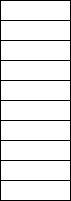
Above: cache1.png in zhaole0606/pic (draw.io), before the change. Source tidied: cells renumbered, new cells last; positions are measured from the earlier drawing's top-left corner, leaving out a move shared by most shapes.
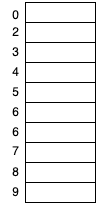
After the change.

Diff of the diagram source:
```diff
@@ -32,5 +32,35 @@
     <mxCell id="11" style="rounded=0;whiteSpace=wrap;html=1;" parent="1" vertex="1">
       <mxGeometry y="180" width="70" height="20" as="geometry" />
     </mxCell>
+    <mxCell id="12" value="0" style="text;html=1;align=center;verticalAlign=middle;strokeColor=none;fillColor=none;" parent="1" vertex="1">
+      <mxGeometry x="-25" y="-2" width="30" height="30" as="geometry" />
+    </mxCell>
+    <mxCell id="13" value="2" style="text;html=1;align=center;verticalAlign=middle;strokeColor=none;fillColor=none;" parent="1" vertex="1">
+      <mxGeometry x="-25" y="15" width="30" height="30" as="geometry" />
+    </mxCell>
+    <mxCell id="14" value="3" style="text;html=1;align=center;verticalAlign=middle;strokeColor=none;fillColor=none;" parent="1" vertex="1">
+      <mxGeometry x="-25" y="35" width="30" height="30" as="geometry" />
+    </mxCell>
+    <mxCell id="15" value="4" style="text;html=1;align=center;verticalAlign=middle;strokeColor=none;fillColor=none;" parent="1" vertex="1">
+      <mxGeometry x="-25" y="55" width="30" height="30" as="geometry" />
+    </mxCell>
+    <mxCell id="16" value="5" style="text;html=1;align=center;verticalAlign=middle;strokeColor=none;fillColor=none;" parent="1" vertex="1">
+      <mxGeometry x="-25" y="75" width="30" height="30" as="geometry" />
+    </mxCell>
+    <mxCell id="17" value="6" style="text;html=1;align=center;verticalAlign=middle;strokeColor=none;fillColor=none;" parent="1" vertex="1">
+      <mxGeometry x="-25" y="95" width="30" height="30" as="geometry" />
+    </mxCell>
+    <mxCell id="18" value="6" style="text;html=1;align=center;verticalAlign=middle;strokeColor=none;fillColor=none;" parent="1" vertex="1">
+      <mxGeometry x="-25" y="115" width="30" height="30" as="geometry" />
+    </mxCell>
+    <mxCell id="19" value="7" style="text;html=1;align=center;verticalAlign=middle;strokeColor=none;fillColor=none;" parent="1" vertex="1">
+      <mxGeometry x="-25" y="134" width="30" height="30" as="geometry" />
+    </mxCell>
+    <mxCell id="20" value="9" style="text;html=1;align=center;verticalAlign=middle;strokeColor=none;fillColor=none;" parent="1" vertex="1">
+      <mxGeometry x="-25" y="175" width="30" height="30" as="geometry" />
+    </mxCell>
+    <mxCell id="21" value="8" style="text;html=1;align=center;verticalAlign=middle;strokeColor=none;fillColor=none;" parent="1" vertex="1">
+      <mxGeometry x="-25" y="155" width="30" height="30" as="geometry" />
+    </mxCell>
   </root>
 </mxGraphModel>
```
